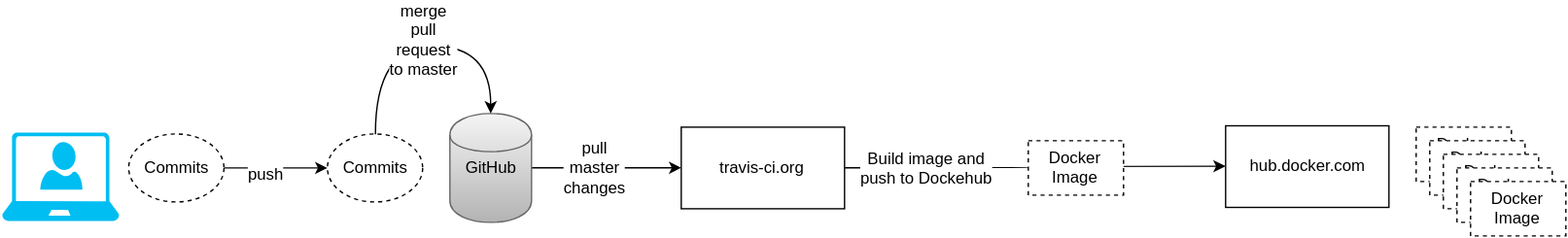
Above: src/pages/en/developers/docker-guide/build-pipeline.svg in HSLdevcom/digitransit-site (draw.io), before the change. Source tidied: cells renumbered, new cells last; positions are measured from the earlier drawing's top-left corner, leaving out a move shared by most shapes. Source of this version:
```xml
<mxGraphModel background="#ffffff">
  <root>
    <mxCell id="0" />
    <mxCell id="1" parent="0" />
    <mxCell id="2" style="edgeStyle=orthogonalEdgeStyle;curved=1;rounded=0;html=1;jettySize=auto;" parent="1" edge="1" source="4" target="8">
      <mxGeometry relative="1" as="geometry" />
    </mxCell>
    <mxCell id="3" value="Build image and&lt;div&gt;push to Dockehub&lt;/div&gt;" style="text;html=1;align=center;verticalAlign=middle;labelBackgroundColor=#ffffff;" parent="2" vertex="1">
      <mxGeometry x="-0.57" relative="1" as="geometry" />
    </mxCell>
    <mxCell id="4" value="&lt;div style=&quot;text-align: center&quot;&gt;travis-ci.org&lt;/div&gt;" style="whiteSpace=wrap;html=1;align=center;fillColor=#ffffff;strokeColor=#000000;" parent="1" vertex="1">
      <mxGeometry x="499" y="60" width="120" height="60" as="geometry" />
    </mxCell>
    <mxCell id="5" style="edgeStyle=orthogonalEdgeStyle;curved=1;rounded=0;html=1;jettySize=auto;entryX=0;entryY=0.5;" parent="1" edge="1" source="7" target="4">
      <mxGeometry relative="1" as="geometry" />
    </mxCell>
    <mxCell id="6" value="pull &lt;br&gt;master&lt;br&gt;changes" style="text;html=1;align=center;verticalAlign=middle;labelBackgroundColor=#ffffff;" parent="5" vertex="1">
      <mxGeometry x="-0.01" y="8" relative="1" as="geometry">
        <mxPoint x="-9" y="7" as="offset" />
      </mxGeometry>
    </mxCell>
    <mxCell id="7" value="GitHub" style="shape=cylinder;whiteSpace=wrap;html=1;align=center;plain-gray;" parent="1" vertex="1">
      <mxGeometry x="329" y="50" width="60" height="80" as="geometry" />
    </mxCell>
    <mxCell id="8" value="&lt;div style=&quot;text-align: center&quot;&gt;hub.docker.com&lt;/div&gt;" style="whiteSpace=wrap;html=1;align=center;fillColor=#ffffff;strokeColor=#000000;" parent="1" vertex="1">
      <mxGeometry x="899" y="59" width="120" height="60" as="geometry" />
    </mxCell>
    <mxCell id="9" value="Commits" style="ellipse;whiteSpace=wrap;html=1;dashed=1;align=center;" parent="1" vertex="1">
      <mxGeometry x="239" y="65" width="70" height="50" as="geometry" />
    </mxCell>
    <mxCell id="10" style="edgeStyle=orthogonalEdgeStyle;curved=1;rounded=0;html=1;jettySize=auto;" parent="1" edge="1" source="12" target="9">
      <mxGeometry relative="1" as="geometry" />
    </mxCell>
    <mxCell id="11" value="push" style="text;html=1;align=center;verticalAlign=middle;labelBackgroundColor=#ffffff;" parent="10" vertex="1">
      <mxGeometry x="-0.21" y="-3" relative="1" as="geometry" />
    </mxCell>
    <mxCell id="12" value="Commits" style="ellipse;whiteSpace=wrap;html=1;dashed=1;align=center;" parent="1" vertex="1">
      <mxGeometry x="93" y="65" width="70" height="50" as="geometry" />
    </mxCell>
    <mxCell id="13" style="verticalLabelPosition=bottom;html=1;verticalAlign=top;strokeColor=none;fillColor=#00BEF2;shape=mxgraph.azure.user;align=center;" parent="1" vertex="1">
      <mxGeometry x="28" y="71" width="31" height="35" as="geometry" />
    </mxCell>
    <mxCell id="14" style="verticalLabelPosition=bottom;html=1;verticalAlign=top;strokeColor=none;fillColor=#00BEF2;shape=mxgraph.azure.laptop;align=center;" parent="1" vertex="1">
      <mxGeometry y="64" width="86" height="65" as="geometry" />
    </mxCell>
    <mxCell id="15" style="edgeStyle=orthogonalEdgeStyle;rounded=0;html=1;jettySize=auto;entryX=0.5;entryY=0;exitX=0.5;exitY=0;curved=1;" parent="1" edge="1" source="9" target="7">
      <mxGeometry relative="1" as="geometry">
        <Array as="points">
          <mxPoint x="274" />
          <mxPoint x="359" />
        </Array>
      </mxGeometry>
    </mxCell>
    <mxCell id="16" value="merge &lt;br&gt;pull &lt;br&gt;request &lt;br&gt;to master&lt;div&gt;&lt;br&gt;&lt;/div&gt;" style="text;html=1;align=center;verticalAlign=middle;labelBackgroundColor=#ffffff;" parent="15" vertex="1">
      <mxGeometry x="0.01" y="-1" relative="1" as="geometry" />
    </mxCell>
    <mxCell id="17" value="Docker Image" style="whiteSpace=wrap;html=1;align=center;dashed=1;" parent="1" vertex="1">
      <mxGeometry x="754" y="70" width="70" height="40" as="geometry" />
    </mxCell>
    <mxCell id="18" value="Docker Image" style="whiteSpace=wrap;html=1;align=center;dashed=1;" parent="1" vertex="1">
      <mxGeometry x="1039" y="60" width="70" height="40" as="geometry" />
    </mxCell>
    <mxCell id="19" value="Docker Image" style="whiteSpace=wrap;html=1;align=center;dashed=1;" parent="1" vertex="1">
      <mxGeometry x="1049" y="70" width="70" height="40" as="geometry" />
    </mxCell>
    <mxCell id="20" value="Docker Image" style="whiteSpace=wrap;html=1;align=center;dashed=1;" parent="1" vertex="1">
      <mxGeometry x="1059" y="80" width="70" height="40" as="geometry" />
    </mxCell>
    <mxCell id="21" value="Docker Image" style="whiteSpace=wrap;html=1;align=center;dashed=1;" parent="1" vertex="1">
      <mxGeometry x="1069" y="90" width="70" height="40" as="geometry" />
    </mxCell>
    <mxCell id="22" value="Docker Image" style="whiteSpace=wrap;html=1;align=center;dashed=1;" parent="1" vertex="1">
      <mxGeometry x="1079" y="100" width="70" height="40" as="geometry" />
    </mxCell>
  </root>
</mxGraphModel>
```
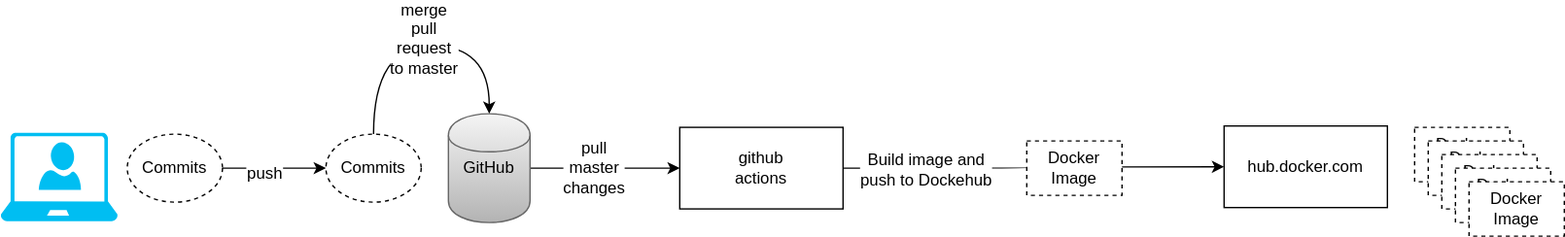
The same diagram one commit later.

Diff of the diagram source:
```diff
@@ -8,7 +8,7 @@
     <mxCell id="3" value="Build image and&lt;div&gt;push to Dockehub&lt;/div&gt;" style="text;html=1;align=center;verticalAlign=middle;labelBackgroundColor=#ffffff;" parent="2" vertex="1">
       <mxGeometry x="-0.57" relative="1" as="geometry" />
     </mxCell>
-    <mxCell id="4" value="&lt;div style=&quot;text-align: center&quot;&gt;travis-ci.org&lt;/div&gt;" style="whiteSpace=wrap;html=1;align=center;fillColor=#ffffff;strokeColor=#000000;" parent="1" vertex="1">
+    <mxCell id="4" value="&lt;div style=&quot;text-align: center&quot;&gt;github&lt;/div&gt;&lt;div style=&quot;text-align: center&quot;&gt;actions&lt;/div&gt;" style="whiteSpace=wrap;html=1;align=center;fillColor=#ffffff;strokeColor=#000000;" parent="1" vertex="1">
       <mxGeometry x="499" y="60" width="120" height="60" as="geometry" />
     </mxCell>
     <mxCell id="5" style="edgeStyle=orthogonalEdgeStyle;curved=1;rounded=0;html=1;jettySize=auto;entryX=0;entryY=0.5;" parent="1" edge="1" source="7" target="4">
```
